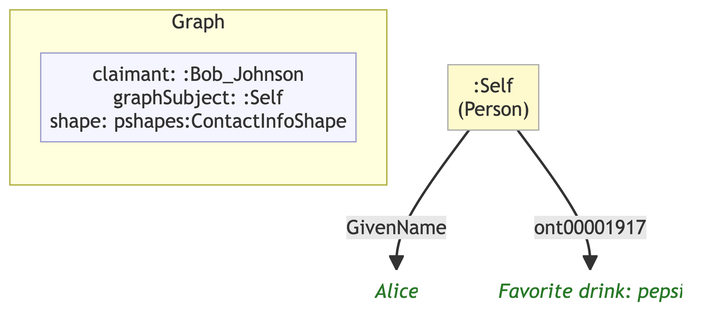
MeeFoundation/mia-ontologies keeps this Mermaid diagram as example/graphs/images/graph-08.png. Above is the earlier version. Its source is kept beside it as example/graphs/images/graph-08.mmd.
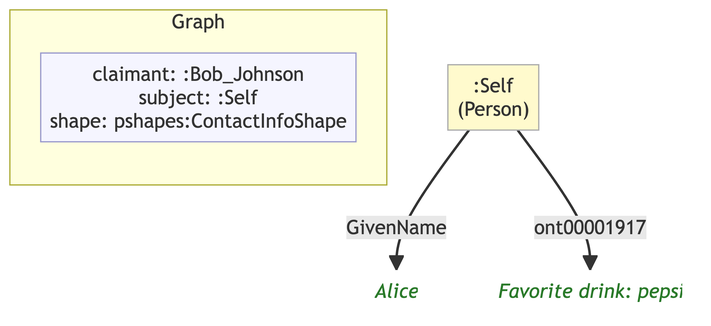
After the change.

What changed in the source:
```diff
@@ -7,12 +7,12 @@
 
     subgraph ctx["Graph"]
         direction LR
-        ctx_meta["claimant: :Bob_Johnson\ngraphSubject: :Self\nshape: pshapes:ContactInfoShape"]:::meta
+        ctx_meta["claimant: :Bob_Johnson\nsubject: :Self\nshape: pshapes:ContactInfoShape"]:::meta
     end
 
     n655e442e50be[":Self\n(Person)"]:::person
-    n49bb2b4dea40("Alice"):::lit
-    nf7a8a01cf4fb("Favorite drink: pepsi"):::lit
+    n9e3511343358("Alice"):::lit
+    n8e398e9b0530("Favorite drink: pepsi"):::lit
 
-    n655e442e50be -->|"GivenName"| n49bb2b4dea40
-    n655e442e50be -->|"ont00001917"| nf7a8a01cf4fb
+    n655e442e50be -->|"GivenName"| n9e3511343358
+    n655e442e50be -->|"ont00001917"| n8e398e9b0530
```
